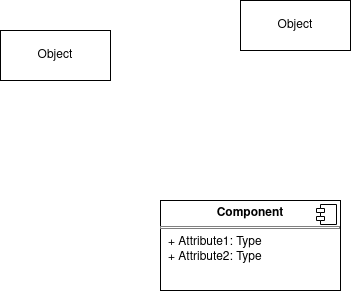
This is Medical information System use case diagram.drawio.png from SENG-350-2024-fall/Team-11, a draw.io export, as it was before one commit. Source tidied: cells renumbered, new cells last; positions are measured from the earlier drawing's top-left corner, leaving out a move shared by most shapes.
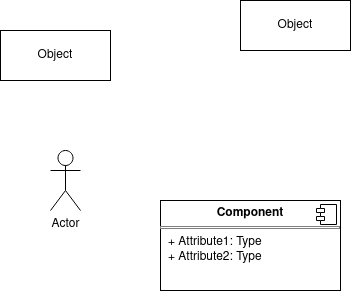
Above is the later version.

What changed in the source:
```diff
@@ -16,5 +16,8 @@
     <mxCell id="5" value="Object" style="html=1;whiteSpace=wrap;" parent="1" vertex="1">
       <mxGeometry x="240" width="110" height="50" as="geometry" />
     </mxCell>
+    <mxCell id="6" value="Actor" style="shape=umlActor;verticalLabelPosition=bottom;verticalAlign=top;html=1;" parent="1" vertex="1">
+      <mxGeometry x="50" y="150" width="30" height="60" as="geometry" />
+    </mxCell>
   </root>
 </mxGraphModel>
```
